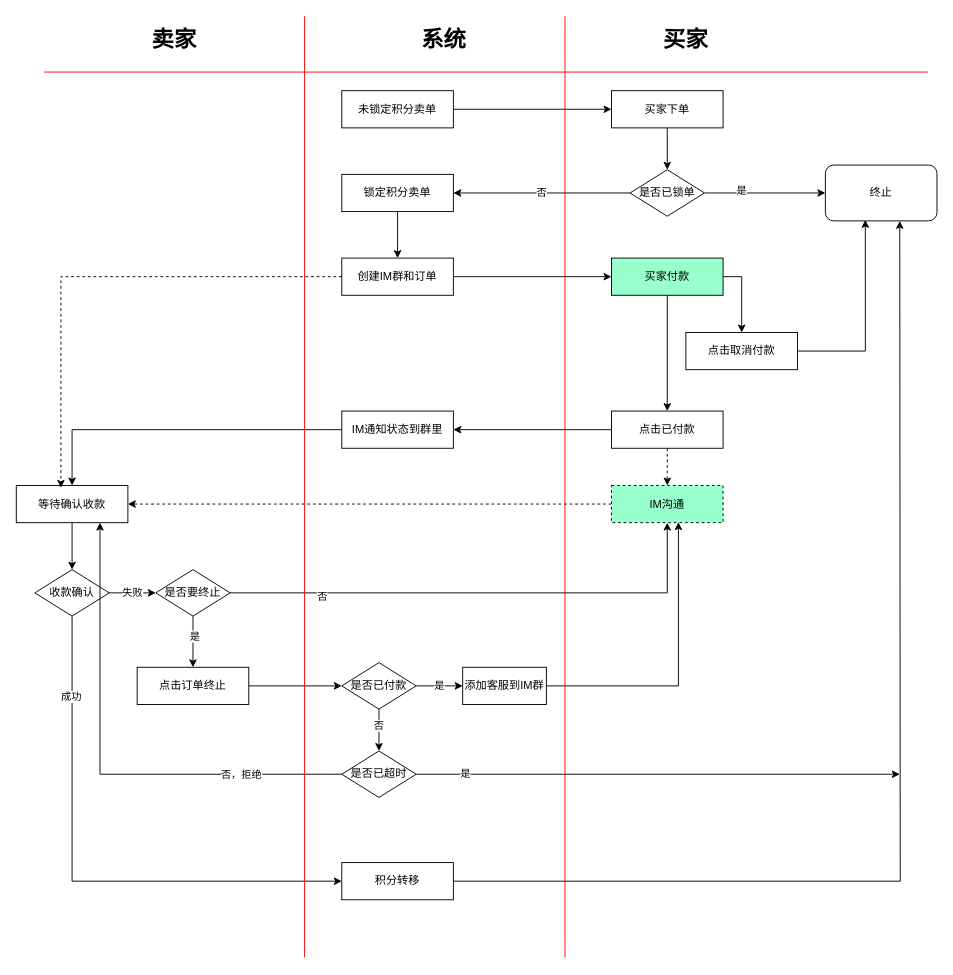
Earlier version of the draw.io diagram design/c2c.drawio (cqxx1990/game-box). Source tidied: cells renumbered, new cells numbered last; positions are measured from the earlier drawing's top-left corner, leaving out a move shared by most shapes. Both pictures are drawn from the tidied source at 93%, with x=0, y=0 at pixel (16, 16).
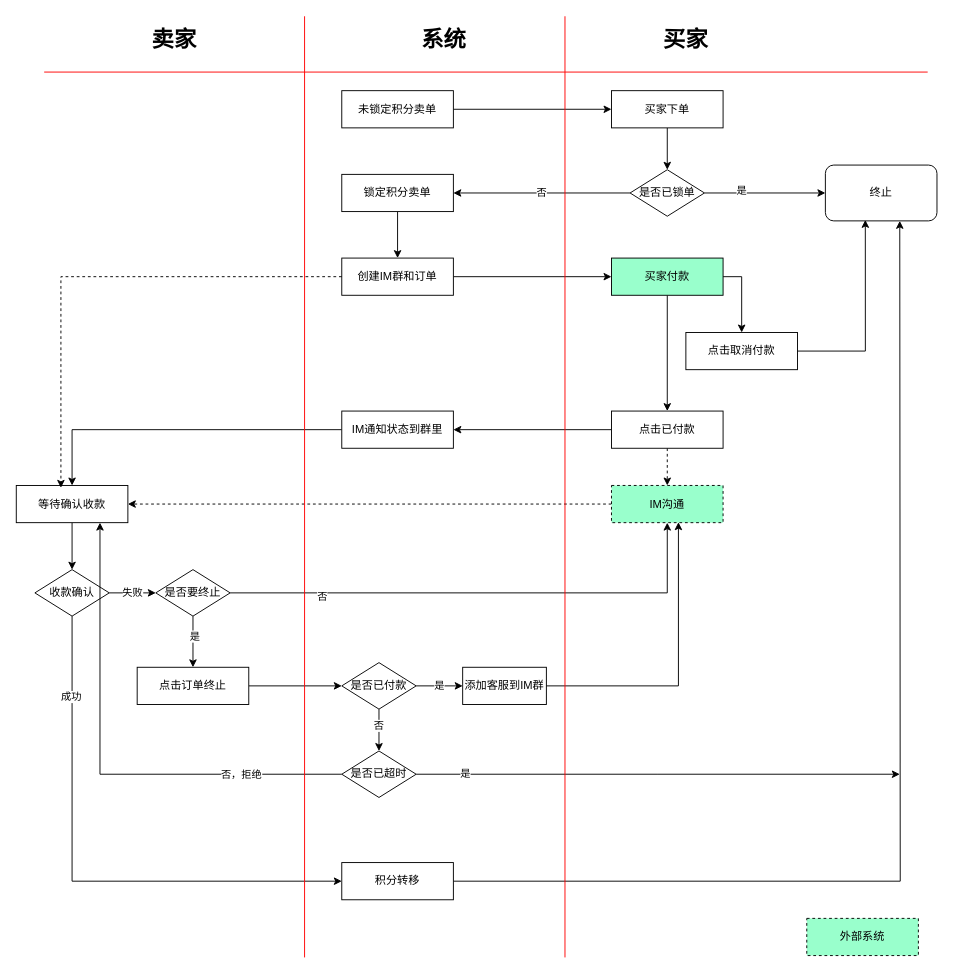
The same page after the edit.

Diff of the diagram source:
```diff
@@
+    <mxCell id="60" value="外部系统" style="rounded=0;whiteSpace=wrap;html=1;fillColor=#99FFCC;dashed=1;" parent="1" vertex="1">
+      <mxGeometry x="850" y="970" width="120" height="40" as="geometry" />
+    </mxCell>
```
